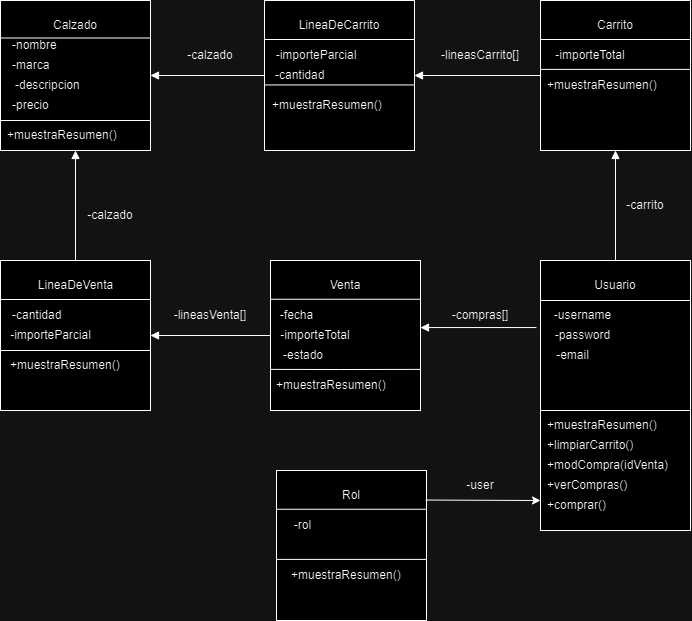
Miguesg95/ProyectoTAD3.2 keeps this draw.io diagram as Diagrama UML.drawio.png. Above is the earlier version. Source tidied: cells renumbered, new cells last; positions are measured from the earlier drawing's top-left corner, leaving out a move shared by most shapes. Source of this version:
```xml
<mxGraphModel>
  <root>
    <mxCell id="0" />
    <mxCell id="1" parent="0" />
    <mxCell id="2" style="whiteSpace=wrap;html=1;" parent="1" vertex="1">
      <mxGeometry x="540" y="260" width="150" height="150" as="geometry" />
    </mxCell>
    <mxCell id="3" style="whiteSpace=wrap;html=1;" parent="1" vertex="1">
      <mxGeometry width="150" height="150" as="geometry" />
    </mxCell>
    <mxCell id="4" value="Calzado" style="text;html=1;align=center;verticalAlign=middle;whiteSpace=wrap;rounded=0;" parent="1" vertex="1">
      <mxGeometry x="45" y="10" width="60" height="30" as="geometry" />
    </mxCell>
    <mxCell id="5" style="whiteSpace=wrap;html=1;" parent="1" vertex="1">
      <mxGeometry x="264" width="150" height="150" as="geometry" />
    </mxCell>
    <mxCell id="6" style="whiteSpace=wrap;html=1;" parent="1" vertex="1">
      <mxGeometry x="540" width="150" height="150" as="geometry" />
    </mxCell>
    <mxCell id="7" value="Carrito" style="text;html=1;align=center;verticalAlign=middle;whiteSpace=wrap;rounded=0;" parent="1" vertex="1">
      <mxGeometry x="585" y="10" width="60" height="30" as="geometry" />
    </mxCell>
    <mxCell id="8" value="LineaDeCarrito" style="text;html=1;align=center;verticalAlign=middle;whiteSpace=wrap;rounded=0;" parent="1" vertex="1">
      <mxGeometry x="289" y="10" width="100" height="30" as="geometry" />
    </mxCell>
    <mxCell id="9" style="endArrow=none;html=1;rounded=0;entryX=0;entryY=0.5;entryDx=0;entryDy=0;exitX=1;exitY=0.5;exitDx=0;exitDy=0;startArrow=block;startFill=1;endFill=0;" parent="1" edge="1" source="5" target="6">
      <mxGeometry relative="1" as="geometry" />
    </mxCell>
    <mxCell id="10" value="-nombre" style="text;html=1;align=left;verticalAlign=middle;whiteSpace=wrap;rounded=0;" parent="1" vertex="1">
      <mxGeometry x="10" y="30" width="60" height="30" as="geometry" />
    </mxCell>
    <mxCell id="11" style="endArrow=none;html=1;rounded=0;exitX=0;exitY=0.25;exitDx=0;exitDy=0;entryX=1;entryY=0.25;entryDx=0;entryDy=0;" parent="1" edge="1" source="3" target="3">
      <mxGeometry relative="1" as="geometry" />
    </mxCell>
    <mxCell id="12" style="endArrow=none;html=1;rounded=0;exitX=0;exitY=0.25;exitDx=0;exitDy=0;entryX=1;entryY=0.25;entryDx=0;entryDy=0;" parent="1" edge="1">
      <mxGeometry relative="1" as="geometry">
        <mxPoint x="540" y="39" as="sourcePoint" />
        <mxPoint x="690" y="39" as="targetPoint" />
      </mxGeometry>
    </mxCell>
    <mxCell id="13" style="endArrow=none;html=1;rounded=0;exitX=0;exitY=0.25;exitDx=0;exitDy=0;entryX=1;entryY=0.25;entryDx=0;entryDy=0;" parent="1" edge="1">
      <mxGeometry relative="1" as="geometry">
        <mxPoint x="264" y="39" as="sourcePoint" />
        <mxPoint x="414" y="39" as="targetPoint" />
      </mxGeometry>
    </mxCell>
    <mxCell id="14" value="-marca" style="text;html=1;align=left;verticalAlign=middle;whiteSpace=wrap;rounded=0;" parent="1" vertex="1">
      <mxGeometry x="10" y="50" width="60" height="30" as="geometry" />
    </mxCell>
    <mxCell id="15" value="-importeTotal" style="text;html=1;align=center;verticalAlign=middle;whiteSpace=wrap;rounded=0;" parent="1" vertex="1">
      <mxGeometry x="550" y="40" width="80" height="30" as="geometry" />
    </mxCell>
    <mxCell id="16" style="endArrow=block;html=1;rounded=0;entryX=1;entryY=0.5;entryDx=0;entryDy=0;exitX=0;exitY=0.5;exitDx=0;exitDy=0;startArrow=none;startFill=0;endFill=1;" parent="1" edge="1" source="5" target="3">
      <mxGeometry relative="1" as="geometry" />
    </mxCell>
    <mxCell id="17" value="-importeParcial" style="text;html=1;align=center;verticalAlign=middle;whiteSpace=wrap;rounded=0;" parent="1" vertex="1">
      <mxGeometry x="272.5" y="40" width="86" height="30" as="geometry" />
    </mxCell>
    <mxCell id="18" value="-cantidad" style="text;html=1;align=left;verticalAlign=middle;whiteSpace=wrap;rounded=0;" parent="1" vertex="1">
      <mxGeometry x="272.5" y="60" width="60" height="30" as="geometry" />
    </mxCell>
    <mxCell id="19" style="whiteSpace=wrap;html=1;" parent="1" vertex="1">
      <mxGeometry y="260" width="150" height="150" as="geometry" />
    </mxCell>
    <mxCell id="20" style="whiteSpace=wrap;html=1;" parent="1" vertex="1">
      <mxGeometry x="270" y="260" width="150" height="150" as="geometry" />
    </mxCell>
    <mxCell id="21" value="Venta" style="text;html=1;align=center;verticalAlign=middle;whiteSpace=wrap;rounded=0;" parent="1" vertex="1">
      <mxGeometry x="315" y="270" width="60" height="30" as="geometry" />
    </mxCell>
    <mxCell id="22" value="LineaDeVenta" style="text;html=1;align=center;verticalAlign=middle;whiteSpace=wrap;rounded=0;" parent="1" vertex="1">
      <mxGeometry x="27.5" y="270" width="95" height="30" as="geometry" />
    </mxCell>
    <mxCell id="23" style="endArrow=none;html=1;rounded=0;exitX=0;exitY=0.25;exitDx=0;exitDy=0;entryX=1;entryY=0.25;entryDx=0;entryDy=0;" parent="1" edge="1">
      <mxGeometry relative="1" as="geometry">
        <mxPoint x="540" y="300" as="sourcePoint" />
        <mxPoint x="690" y="300" as="targetPoint" />
      </mxGeometry>
    </mxCell>
    <mxCell id="24" style="endArrow=none;html=1;rounded=0;exitX=0;exitY=0.25;exitDx=0;exitDy=0;entryX=1;entryY=0.25;entryDx=0;entryDy=0;" parent="1" edge="1">
      <mxGeometry relative="1" as="geometry">
        <mxPoint y="299" as="sourcePoint" />
        <mxPoint x="150" y="299" as="targetPoint" />
      </mxGeometry>
    </mxCell>
    <mxCell id="25" value="-fecha" style="text;html=1;align=center;verticalAlign=middle;whiteSpace=wrap;rounded=0;" parent="1" vertex="1">
      <mxGeometry x="264" y="300" width="65" height="30" as="geometry" />
    </mxCell>
    <mxCell id="26" style="endArrow=block;html=1;rounded=0;exitX=0.5;exitY=0;exitDx=0;exitDy=0;entryX=0.5;entryY=1;entryDx=0;entryDy=0;startArrow=none;startFill=0;endFill=1;" parent="1" edge="1" source="19" target="3">
      <mxGeometry relative="1" as="geometry" />
    </mxCell>
    <mxCell id="27" style="endArrow=block;html=1;rounded=0;entryX=1;entryY=0.5;entryDx=0;entryDy=0;exitX=0;exitY=0.5;exitDx=0;exitDy=0;startArrow=none;startFill=0;endFill=1;" parent="1" edge="1" source="20" target="19">
      <mxGeometry relative="1" as="geometry" />
    </mxCell>
    <mxCell id="28" value="-calzado" style="text;html=1;align=center;verticalAlign=middle;whiteSpace=wrap;rounded=0;" parent="1" vertex="1">
      <mxGeometry x="180" y="40" width="60" height="30" as="geometry" />
    </mxCell>
    <mxCell id="29" value="-lineasCarrito[]" style="text;html=1;align=center;verticalAlign=middle;whiteSpace=wrap;rounded=0;" parent="1" vertex="1">
      <mxGeometry x="435" y="40" width="90" height="30" as="geometry" />
    </mxCell>
    <mxCell id="30" value="-carrito" style="text;html=1;align=center;verticalAlign=middle;whiteSpace=wrap;rounded=0;" parent="1" vertex="1">
      <mxGeometry x="615" y="190" width="60" height="30" as="geometry" />
    </mxCell>
    <mxCell id="31" style="endArrow=none;html=1;rounded=0;exitX=1;exitY=0.447;exitDx=0;exitDy=0;exitPerimeter=0;entryX=-0.027;entryY=0.447;entryDx=0;entryDy=0;entryPerimeter=0;startArrow=block;startFill=1;" parent="1" edge="1" source="20" target="2">
      <mxGeometry relative="1" as="geometry" />
    </mxCell>
    <mxCell id="32" value="Usuario" style="text;html=1;align=center;verticalAlign=middle;whiteSpace=wrap;rounded=0;" parent="1" vertex="1">
      <mxGeometry x="585" y="270" width="60" height="30" as="geometry" />
    </mxCell>
    <mxCell id="33" style="endArrow=none;html=1;rounded=0;exitX=0;exitY=0.25;exitDx=0;exitDy=0;entryX=1;entryY=0.25;entryDx=0;entryDy=0;" parent="1" edge="1">
      <mxGeometry relative="1" as="geometry">
        <mxPoint x="270" y="298.8" as="sourcePoint" />
        <mxPoint x="420" y="298.8" as="targetPoint" />
      </mxGeometry>
    </mxCell>
    <mxCell id="34" value="-lineasVenta[]" style="text;html=1;align=center;verticalAlign=middle;whiteSpace=wrap;rounded=0;" parent="1" vertex="1">
      <mxGeometry x="170" y="300" width="80" height="30" as="geometry" />
    </mxCell>
    <mxCell id="35" value="-username" style="text;html=1;align=center;verticalAlign=middle;whiteSpace=wrap;rounded=0;" parent="1" vertex="1">
      <mxGeometry x="550" y="300" width="65" height="30" as="geometry" />
    </mxCell>
    <mxCell id="36" style="endArrow=none;html=1;rounded=0;exitX=0.5;exitY=1;exitDx=0;exitDy=0;entryX=0.5;entryY=0;entryDx=0;entryDy=0;startArrow=block;startFill=1;" parent="1" edge="1" source="6" target="2">
      <mxGeometry relative="1" as="geometry" />
    </mxCell>
    <mxCell id="37" value="-compras[]" style="text;html=1;align=center;verticalAlign=middle;whiteSpace=wrap;rounded=0;" parent="1" vertex="1">
      <mxGeometry x="450" y="300" width="60" height="30" as="geometry" />
    </mxCell>
    <mxCell id="38" value="-calzado" style="text;html=1;align=center;verticalAlign=middle;whiteSpace=wrap;rounded=0;" parent="1" vertex="1">
      <mxGeometry x="80" y="200" width="60" height="30" as="geometry" />
    </mxCell>
    <mxCell id="39" value="-password" style="text;html=1;align=center;verticalAlign=middle;whiteSpace=wrap;rounded=0;" parent="1" vertex="1">
      <mxGeometry x="550" y="320" width="65" height="30" as="geometry" />
    </mxCell>
    <mxCell id="40" value="-email" style="text;html=1;align=center;verticalAlign=middle;whiteSpace=wrap;rounded=0;" parent="1" vertex="1">
      <mxGeometry x="540" y="340" width="65" height="30" as="geometry" />
    </mxCell>
    <mxCell id="41" value="-importeTotal" style="text;html=1;align=center;verticalAlign=middle;whiteSpace=wrap;rounded=0;" parent="1" vertex="1">
      <mxGeometry x="270" y="320" width="90" height="30" as="geometry" />
    </mxCell>
    <mxCell id="42" value="-cantidad" style="text;html=1;align=left;verticalAlign=middle;whiteSpace=wrap;rounded=0;" parent="1" vertex="1">
      <mxGeometry x="10" y="300" width="65" height="30" as="geometry" />
    </mxCell>
    <mxCell id="43" value="-importeParcial" style="text;html=1;align=center;verticalAlign=middle;whiteSpace=wrap;rounded=0;" parent="1" vertex="1">
      <mxGeometry x="7.5" y="320" width="85" height="30" as="geometry" />
    </mxCell>
    <mxCell id="44" value="-descripcion" style="text;html=1;align=left;verticalAlign=middle;whiteSpace=wrap;rounded=0;" parent="1" vertex="1">
      <mxGeometry x="12.5" y="70" width="80" height="30" as="geometry" />
    </mxCell>
    <mxCell id="45" style="endArrow=none;html=1;rounded=0;exitX=0;exitY=0.25;exitDx=0;exitDy=0;entryX=1;entryY=0.25;entryDx=0;entryDy=0;" parent="1" edge="1">
      <mxGeometry relative="1" as="geometry">
        <mxPoint y="350" as="sourcePoint" />
        <mxPoint x="150" y="350" as="targetPoint" />
      </mxGeometry>
    </mxCell>
    <mxCell id="46" value="+muestraResumen()" style="text;html=1;align=left;verticalAlign=middle;whiteSpace=wrap;rounded=0;" parent="1" vertex="1">
      <mxGeometry x="7.5" y="350" width="85" height="30" as="geometry" />
    </mxCell>
    <mxCell id="47" style="endArrow=none;html=1;rounded=0;exitX=0;exitY=0.25;exitDx=0;exitDy=0;entryX=1;entryY=0.25;entryDx=0;entryDy=0;" parent="1" edge="1">
      <mxGeometry relative="1" as="geometry">
        <mxPoint x="270" y="368.9" as="sourcePoint" />
        <mxPoint x="420" y="368.9" as="targetPoint" />
        <Array as="points">
          <mxPoint x="340" y="369" />
        </Array>
      </mxGeometry>
    </mxCell>
    <mxCell id="48" style="endArrow=none;html=1;rounded=0;exitX=0;exitY=0.25;exitDx=0;exitDy=0;entryX=1;entryY=0.25;entryDx=0;entryDy=0;" parent="1" edge="1">
      <mxGeometry relative="1" as="geometry">
        <mxPoint x="540" y="68.9" as="sourcePoint" />
        <mxPoint x="690" y="68.9" as="targetPoint" />
      </mxGeometry>
    </mxCell>
    <mxCell id="49" value="+muestraResumen()" style="text;html=1;align=left;verticalAlign=middle;whiteSpace=wrap;rounded=0;" parent="1" vertex="1">
      <mxGeometry x="273.5" y="370" width="85" height="30" as="geometry" />
    </mxCell>
    <mxCell id="50" value="+muestraResumen()" style="text;html=1;align=left;verticalAlign=middle;whiteSpace=wrap;rounded=0;" parent="1" vertex="1">
      <mxGeometry x="545" y="70" width="85" height="30" as="geometry" />
    </mxCell>
    <mxCell id="51" value="+muestraResumen()" style="text;html=1;align=left;verticalAlign=middle;whiteSpace=wrap;rounded=0;" parent="1" vertex="1">
      <mxGeometry x="270" y="90" width="85" height="30" as="geometry" />
    </mxCell>
    <mxCell id="52" style="endArrow=none;html=1;rounded=0;exitX=0;exitY=0.25;exitDx=0;exitDy=0;entryX=1;entryY=0.25;entryDx=0;entryDy=0;" parent="1" edge="1">
      <mxGeometry relative="1" as="geometry">
        <mxPoint x="264" y="84.4" as="sourcePoint" />
        <mxPoint x="414" y="84.4" as="targetPoint" />
      </mxGeometry>
    </mxCell>
    <mxCell id="53" value="+muestraResumen()" style="text;html=1;align=left;verticalAlign=middle;whiteSpace=wrap;rounded=0;" parent="1" vertex="1">
      <mxGeometry x="5" y="120" width="85" height="30" as="geometry" />
    </mxCell>
    <mxCell id="54" style="endArrow=none;html=1;rounded=0;exitX=0;exitY=0.25;exitDx=0;exitDy=0;entryX=1;entryY=0.25;entryDx=0;entryDy=0;" parent="1" edge="1">
      <mxGeometry relative="1" as="geometry">
        <mxPoint y="120" as="sourcePoint" />
        <mxPoint x="150" y="120" as="targetPoint" />
      </mxGeometry>
    </mxCell>
    <mxCell id="55" style="rounded=0;whiteSpace=wrap;html=1;" parent="1" vertex="1">
      <mxGeometry x="540" y="410" width="150" height="120" as="geometry" />
    </mxCell>
    <mxCell id="56" value="+muestraResumen()" style="text;html=1;align=left;verticalAlign=middle;whiteSpace=wrap;rounded=0;" parent="1" vertex="1">
      <mxGeometry x="545" y="410" width="85" height="30" as="geometry" />
    </mxCell>
    <mxCell id="57" value="+limpiarCarrito()" style="text;html=1;align=left;verticalAlign=middle;whiteSpace=wrap;rounded=0;" parent="1" vertex="1">
      <mxGeometry x="545" y="430" width="85" height="30" as="geometry" />
    </mxCell>
    <mxCell id="58" value="+modCompra(idVenta)" style="text;html=1;align=left;verticalAlign=middle;whiteSpace=wrap;rounded=0;" parent="1" vertex="1">
      <mxGeometry x="545" y="450" width="85" height="30" as="geometry" />
    </mxCell>
    <mxCell id="59" value="+verCompras()&lt;span style=&quot;color: rgba(0, 0, 0, 0); font-family: monospace; font-size: 0px; text-wrap: nowrap;&quot;&gt;%3CmxGraphModel%3E%3Croot%3E%3CmxCell%20id%3D%220%22%2F%3E%3CmxCell%20id%3D%221%22%20parent%3D%220%22%2F%3E%3CmxCell%20id%3D%222%22%20value%3D%22%2BmodCompra(idVenta)%22%20style%3D%22text%3Bhtml%3D1%3Balign%3Dleft%3BverticalAlign%3Dmiddle%3BwhiteSpace%3Dwrap%3Brounded%3D0%3B%22%20vertex%3D%221%22%20parent%3D%221%22%3E%3CmxGeometry%20x%3D%22545%22%20y%3D%22450%22%20width%3D%2285%22%20height%3D%2230%22%20as%3D%22geometry%22%2F%3E%3C%2FmxCell%3E%3C%2Froot%3E%3C%2FmxGraphModel%3E&lt;/span&gt;" style="text;html=1;align=left;verticalAlign=middle;whiteSpace=wrap;rounded=0;" parent="1" vertex="1">
      <mxGeometry x="545" y="470" width="85" height="30" as="geometry" />
    </mxCell>
    <mxCell id="60" value="+comprar()&lt;span style=&quot;color: rgba(0, 0, 0, 0); font-family: monospace; font-size: 0px; text-wrap: nowrap;&quot;&gt;%3CmxGraphModel%3E%3Croot%3E%3CmxCell%20id%3D%220%22%2F%3E%3CmxCell%20id%3D%221%22%20parent%3D%220%22%2F%3E%3CmxCell%20id%3D%222%22%20value%3D%22%2BmodCompra(idVenta)%22%20style%3D%22text%3Bhtml%3D1%3Balign%3Dleft%3BverticalAlign%3Dmiddle%3BwhiteSpace%3Dwrap%3Brounded%3D0%3B%22%20vertex%3D%221%22%20parent%3D%221%22%3E%3CmxGeometry%20x%3D%22545%22%20y%3D%22450%22%20width%3D%2285%22%20height%3D%2230%22%20as%3D%22geometry%22%2F%3E%3C%2FmxCell%3E%3C%2Froot%3E%3C%2FmxGraphModel%3E&lt;/span&gt;" style="text;html=1;align=left;verticalAlign=middle;whiteSpace=wrap;rounded=0;" parent="1" vertex="1">
      <mxGeometry x="545" y="490" width="85" height="30" as="geometry" />
    </mxCell>
    <mxCell id="61" value="-precio" style="text;html=1;align=left;verticalAlign=middle;whiteSpace=wrap;rounded=0;" parent="1" vertex="1">
      <mxGeometry x="10" y="90" width="80" height="30" as="geometry" />
    </mxCell>
    <mxCell id="62" style="whiteSpace=wrap;html=1;" parent="1" vertex="1">
      <mxGeometry x="276" y="470" width="150" height="150" as="geometry" />
    </mxCell>
    <mxCell id="63" value="Rol" style="text;html=1;align=center;verticalAlign=middle;whiteSpace=wrap;rounded=0;" parent="1" vertex="1">
      <mxGeometry x="321" y="480" width="60" height="30" as="geometry" />
    </mxCell>
    <mxCell id="64" value="-rol" style="text;html=1;align=center;verticalAlign=middle;whiteSpace=wrap;rounded=0;" parent="1" vertex="1">
      <mxGeometry x="270" y="510" width="65" height="30" as="geometry" />
    </mxCell>
    <mxCell id="65" style="endArrow=none;html=1;rounded=0;exitX=0;exitY=0.25;exitDx=0;exitDy=0;entryX=1;entryY=0.25;entryDx=0;entryDy=0;" parent="1" edge="1">
      <mxGeometry relative="1" as="geometry">
        <mxPoint x="276" y="508.8" as="sourcePoint" />
        <mxPoint x="426" y="508.8" as="targetPoint" />
      </mxGeometry>
    </mxCell>
    <mxCell id="66" style="endArrow=none;html=1;rounded=0;exitX=0;exitY=0.25;exitDx=0;exitDy=0;entryX=1;entryY=0.25;entryDx=0;entryDy=0;" parent="1" edge="1">
      <mxGeometry relative="1" as="geometry">
        <mxPoint x="276" y="558.9" as="sourcePoint" />
        <mxPoint x="426" y="558.9" as="targetPoint" />
      </mxGeometry>
    </mxCell>
    <mxCell id="67" value="+muestraResumen()" style="text;html=1;align=left;verticalAlign=middle;whiteSpace=wrap;rounded=0;" parent="1" vertex="1">
      <mxGeometry x="289" y="560" width="85" height="30" as="geometry" />
    </mxCell>
    <mxCell id="68" style="endArrow=classic;html=1;rounded=0;entryX=0;entryY=0.75;entryDx=0;entryDy=0;exitX=0.995;exitY=0.197;exitDx=0;exitDy=0;exitPerimeter=0;" parent="1" edge="1" source="62" target="55">
      <mxGeometry relative="1" as="geometry" />
    </mxCell>
    <mxCell id="69" value="-user" style="text;html=1;align=center;verticalAlign=middle;whiteSpace=wrap;rounded=0;" parent="1" vertex="1">
      <mxGeometry x="450" y="470" width="60" height="30" as="geometry" />
    </mxCell>
    <mxCell id="70" value="-estado" style="text;html=1;align=center;verticalAlign=middle;whiteSpace=wrap;rounded=0;" parent="1" vertex="1">
      <mxGeometry x="257.5" y="340" width="90" height="30" as="geometry" />
    </mxCell>
  </root>
</mxGraphModel>
```
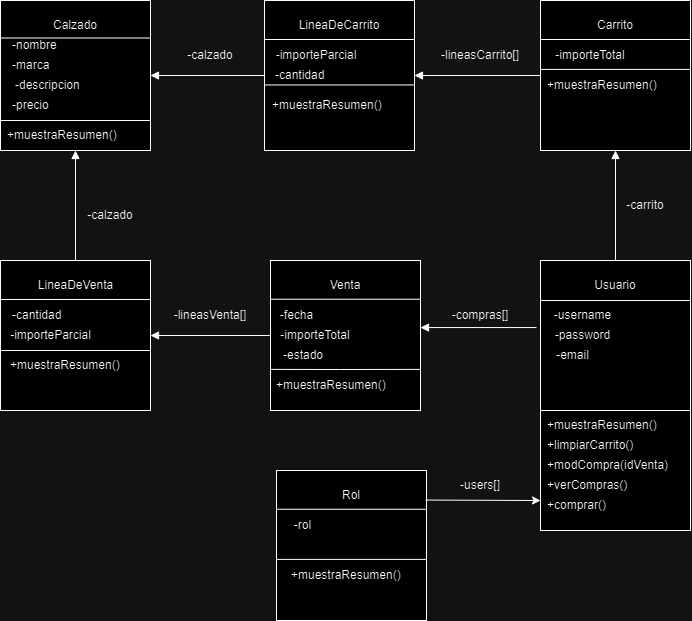
After the change.

What changed in the source:
```diff
@@ -242,7 +242,7 @@
     <mxCell id="68" style="endArrow=classic;html=1;rounded=0;entryX=0;entryY=0.75;entryDx=0;entryDy=0;exitX=0.995;exitY=0.197;exitDx=0;exitDy=0;exitPerimeter=0;" parent="1" edge="1" source="62" target="55">
       <mxGeometry relative="1" as="geometry" />
     </mxCell>
-    <mxCell id="69" value="-user" style="text;html=1;align=center;verticalAlign=middle;whiteSpace=wrap;rounded=0;" parent="1" vertex="1">
+    <mxCell id="69" value="-users[]" style="text;html=1;align=center;verticalAlign=middle;whiteSpace=wrap;rounded=0;" parent="1" vertex="1">
       <mxGeometry x="450" y="470" width="60" height="30" as="geometry" />
     </mxCell>
     <mxCell id="70" value="-estado" style="text;html=1;align=center;verticalAlign=middle;whiteSpace=wrap;rounded=0;" parent="1" vertex="1">
```
